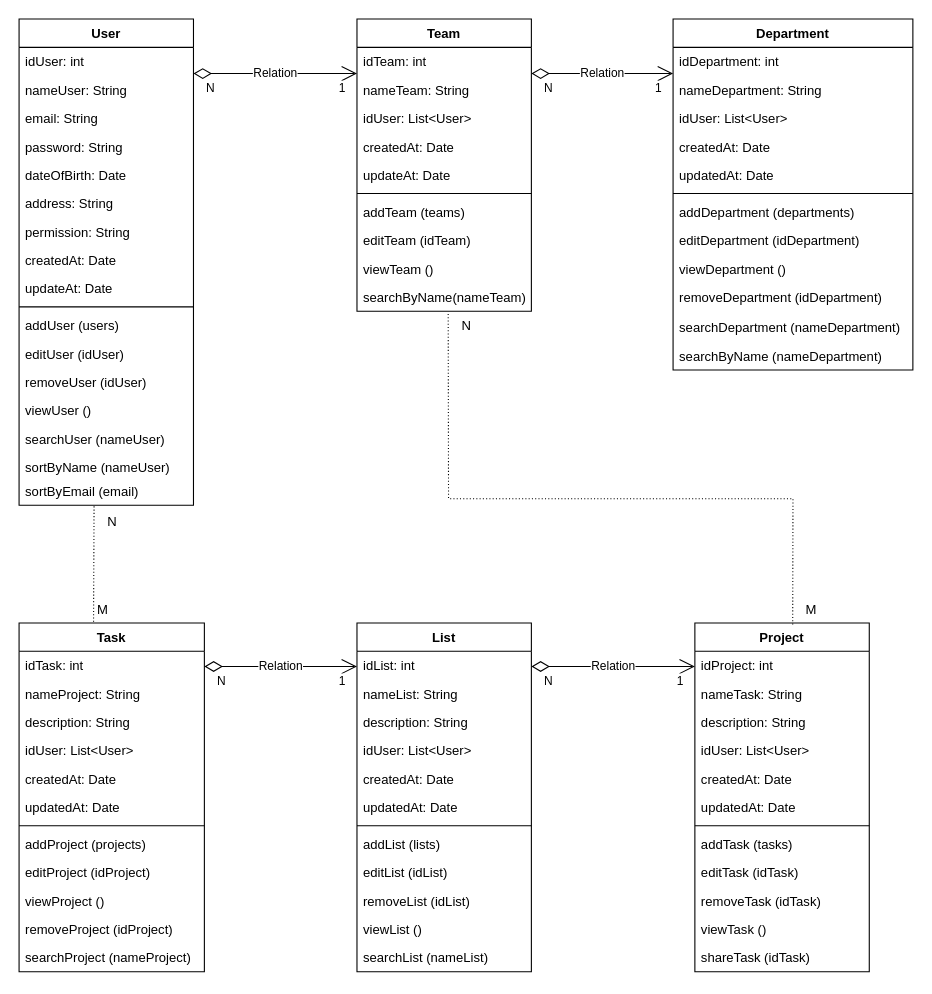
Before: oop/Untitled Diagram.drawio in hieunn301/ETC-intern, a draw.io diagram. Source tidied: cells renumbered, new cells numbered last; positions are measured from the earlier drawing's top-left corner, leaving out a move shared by most shapes. Both pictures are drawn from the tidied source at 109%, with x=0, y=0 at pixel (19, 19).
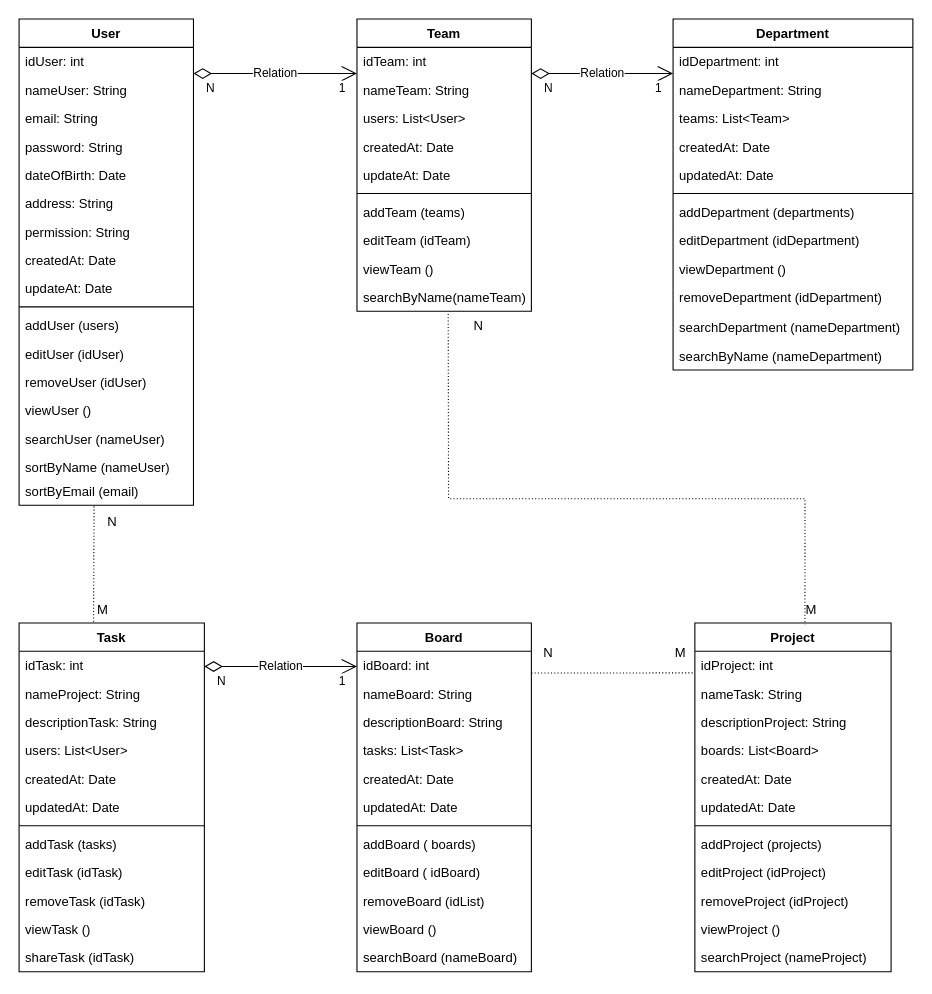
The same page after the edit.

The change refers to these unchanged cells:
```xml
<mxCell id="20" value="Department" style="swimlane;fontStyle=1;align=center;verticalAlign=top;horizontal=1;startSize=26;" parent="1" vertex="1">
  <mxGeometry x="600" width="220" height="322" as="geometry" />
</mxCell>
<mxCell id="33" value="Team" style="swimlane;fontStyle=1;align=center;verticalAlign=top;horizontal=1;startSize=26;" parent="1" vertex="1">
  <mxGeometry x="310" width="160" height="268" as="geometry" />
</mxCell>
<mxCell id="43" value="searchByName(nameTeam)" style="text;strokeColor=none;fillColor=none;align=left;verticalAlign=top;spacingLeft=4;spacingRight=4;overflow=hidden;points=[[0,0.5],[1,0.5]];portConstraint=eastwest;" parent="33" vertex="1">
  <mxGeometry y="242" width="160" height="26" as="geometry" />
</mxCell>
<mxCell id="44" value="Task" style="swimlane;fontStyle=1;align=center;verticalAlign=top;horizontal=1;startSize=26;" parent="1" vertex="1">
  <mxGeometry y="554" width="170" height="320" as="geometry" />
</mxCell>
```

The edit, as a diff of the source:
```diff
@@
-    <mxCell id="23" value="idUser: List&lt;User&gt;" style="text;strokeColor=none;fillColor=none;align=left;verticalAlign=top;spacingLeft=4;spacingRight=4;overflow=hidden;" parent="20" vertex="1">
+    <mxCell id="23" value="teams: List&lt;Team&gt;" style="text;strokeColor=none;fillColor=none;align=left;verticalAlign=top;spacingLeft=4;spacingRight=4;overflow=hidden;" parent="20" vertex="1">
       <mxGeometry y="78" width="220" height="26" as="geometry" />
     </mxCell>
@@
-    <mxCell id="36" value="idUser: List&lt;User&gt;" style="text;strokeColor=none;fillColor=none;align=left;verticalAlign=top;spacingLeft=4;spacingRight=4;overflow=hidden;" parent="33" vertex="1">
+    <mxCell id="36" value="users: List&lt;User&gt;" style="text;strokeColor=none;fillColor=none;align=left;verticalAlign=top;spacingLeft=4;spacingRight=4;overflow=hidden;" parent="33" vertex="1">
       <mxGeometry y="78" width="160" height="26" as="geometry" />
     </mxCell>
@@
-    <mxCell id="47" value="description: String" style="text;strokeColor=none;fillColor=none;align=left;verticalAlign=top;spacingLeft=4;spacingRight=4;overflow=hidden;" parent="44" vertex="1">
+    <mxCell id="47" value="descriptionTask: String" style="text;strokeColor=none;fillColor=none;align=left;verticalAlign=top;spacingLeft=4;spacingRight=4;overflow=hidden;" parent="44" vertex="1">
       <mxGeometry y="78" width="170" height="26" as="geometry" />
     </mxCell>
-    <mxCell id="48" value="idUser: List&lt;User&gt;" style="text;strokeColor=none;fillColor=none;align=left;verticalAlign=top;spacingLeft=4;spacingRight=4;overflow=hidden;" parent="44" vertex="1">
+    <mxCell id="48" value="users: List&lt;User&gt;" style="text;strokeColor=none;fillColor=none;align=left;verticalAlign=top;spacingLeft=4;spacingRight=4;overflow=hidden;" parent="44" vertex="1">
       <mxGeometry y="104" width="170" height="26" as="geometry" />
     </mxCell>
@@
-    <mxCell id="52" value="addProject (projects)" style="text;strokeColor=none;fillColor=none;align=left;verticalAlign=top;spacingLeft=4;spacingRight=4;overflow=hidden;" parent="44" vertex="1">
-      <mxGeometry y="190" width="170" height="26" as="geometry" />
-    </mxCell>
-    <mxCell id="53" value="editProject (idProject)" style="text;strokeColor=none;fillColor=none;align=left;verticalAlign=top;spacingLeft=4;spacingRight=4;overflow=hidden;" parent="44" vertex="1">
-      <mxGeometry y="216" width="170" height="26" as="geometry" />
-    </mxCell>
-    <mxCell id="54" value="viewProject ()" style="text;strokeColor=none;fillColor=none;align=left;verticalAlign=top;spacingLeft=4;spacingRight=4;overflow=hidden;" parent="44" vertex="1">
-      <mxGeometry y="242" width="170" height="26" as="geometry" />
-    </mxCell>
-    <mxCell id="55" value="removeProject (idProject)" style="text;strokeColor=none;fillColor=none;align=left;verticalAlign=top;spacingLeft=4;spacingRight=4;overflow=hidden;" parent="44" vertex="1">
-      <mxGeometry y="268" width="170" height="26" as="geometry" />
-    </mxCell>
-    <mxCell id="56" value="searchProject (nameProject)" style="text;strokeColor=none;fillColor=none;align=left;verticalAlign=top;spacingLeft=4;spacingRight=4;overflow=hidden;" parent="44" vertex="1">
-      <mxGeometry y="294" width="170" height="26" as="geometry" />
-    </mxCell>
+    <mxCell id="78" value="addTask (tasks)" style="text;strokeColor=none;fillColor=none;align=left;verticalAlign=top;spacingLeft=4;spacingRight=4;overflow=hidden;" parent="44" vertex="1">
+      <mxGeometry y="190" width="170" height="26" as="geometry" />
+    </mxCell>
+    <mxCell id="79" value="editTask (idTask)" style="text;strokeColor=none;fillColor=none;align=left;verticalAlign=top;spacingLeft=4;spacingRight=4;overflow=hidden;" parent="44" vertex="1">
+      <mxGeometry y="216" width="170" height="26" as="geometry" />
+    </mxCell>
+    <mxCell id="80" value="removeTask (idTask)" style="text;strokeColor=none;fillColor=none;align=left;verticalAlign=top;spacingLeft=4;spacingRight=4;overflow=hidden;" parent="44" vertex="1">
+      <mxGeometry y="242" width="170" height="26" as="geometry" />
+    </mxCell>
+    <mxCell id="81" value="viewTask ()" style="text;strokeColor=none;fillColor=none;align=left;verticalAlign=top;spacingLeft=4;spacingRight=4;overflow=hidden;" parent="44" vertex="1">
+      <mxGeometry y="268" width="170" height="26" as="geometry" />
+    </mxCell>
+    <mxCell id="82" value="shareTask (idTask)" style="text;strokeColor=none;fillColor=none;align=left;verticalAlign=top;spacingLeft=4;spacingRight=4;overflow=hidden;" parent="44" vertex="1">
+      <mxGeometry y="294" width="170" height="26" as="geometry" />
+    </mxCell>
-    <mxCell id="57" value="List" style="swimlane;fontStyle=1;align=center;verticalAlign=top;horizontal=1;startSize=26;" parent="1" vertex="1">
+    <mxCell id="57" value="Board" style="swimlane;fontStyle=1;align=center;verticalAlign=top;horizontal=1;startSize=26;" parent="1" vertex="1">
       <mxGeometry x="310" y="554" width="160" height="320" as="geometry" />
     </mxCell>
-    <mxCell id="58" value="idList: int" style="text;strokeColor=none;fillColor=none;align=left;verticalAlign=top;spacingLeft=4;spacingRight=4;overflow=hidden;points=[[0,0.5],[1,0.5]];portConstraint=eastwest;" parent="57" vertex="1">
+    <mxCell id="58" value="idBoard: int" style="text;strokeColor=none;fillColor=none;align=left;verticalAlign=top;spacingLeft=4;spacingRight=4;overflow=hidden;points=[[0,0.5],[1,0.5]];portConstraint=eastwest;" parent="57" vertex="1">
       <mxGeometry y="26" width="160" height="26" as="geometry" />
     </mxCell>
-    <mxCell id="59" value="nameList: String" style="text;strokeColor=none;fillColor=none;align=left;verticalAlign=top;spacingLeft=4;spacingRight=4;overflow=hidden;" parent="57" vertex="1">
+    <mxCell id="59" value="nameBoard: String" style="text;strokeColor=none;fillColor=none;align=left;verticalAlign=top;spacingLeft=4;spacingRight=4;overflow=hidden;" parent="57" vertex="1">
       <mxGeometry y="52" width="160" height="26" as="geometry" />
     </mxCell>
-    <mxCell id="60" value="description: String" style="text;strokeColor=none;fillColor=none;align=left;verticalAlign=top;spacingLeft=4;spacingRight=4;overflow=hidden;" parent="57" vertex="1">
+    <mxCell id="60" value="descriptionBoard: String" style="text;strokeColor=none;fillColor=none;align=left;verticalAlign=top;spacingLeft=4;spacingRight=4;overflow=hidden;" parent="57" vertex="1">
       <mxGeometry y="78" width="160" height="26" as="geometry" />
     </mxCell>
-    <mxCell id="61" value="idUser: List&lt;User&gt;" style="text;strokeColor=none;fillColor=none;align=left;verticalAlign=top;spacingLeft=4;spacingRight=4;overflow=hidden;" parent="57" vertex="1">
+    <mxCell id="61" value="tasks: List&lt;Task&gt;" style="text;strokeColor=none;fillColor=none;align=left;verticalAlign=top;spacingLeft=4;spacingRight=4;overflow=hidden;" parent="57" vertex="1">
       <mxGeometry y="104" width="160" height="26" as="geometry" />
     </mxCell>
@@
-    <mxCell id="65" value="addList (lists)" style="text;strokeColor=none;fillColor=none;align=left;verticalAlign=top;spacingLeft=4;spacingRight=4;overflow=hidden;" parent="57" vertex="1">
+    <mxCell id="65" value="addBoard ( boards)" style="text;strokeColor=none;fillColor=none;align=left;verticalAlign=top;spacingLeft=4;spacingRight=4;overflow=hidden;" parent="57" vertex="1">
       <mxGeometry y="190" width="160" height="26" as="geometry" />
     </mxCell>
-    <mxCell id="66" value="editList (idList)" style="text;strokeColor=none;fillColor=none;align=left;verticalAlign=top;spacingLeft=4;spacingRight=4;overflow=hidden;" parent="57" vertex="1">
+    <mxCell id="66" value="editBoard ( idBoard)" style="text;strokeColor=none;fillColor=none;align=left;verticalAlign=top;spacingLeft=4;spacingRight=4;overflow=hidden;" parent="57" vertex="1">
       <mxGeometry y="216" width="160" height="26" as="geometry" />
     </mxCell>
-    <mxCell id="67" value="removeList (idList)" style="text;strokeColor=none;fillColor=none;align=left;verticalAlign=top;spacingLeft=4;spacingRight=4;overflow=hidden;" parent="57" vertex="1">
+    <mxCell id="67" value="removeBoard (idList)" style="text;strokeColor=none;fillColor=none;align=left;verticalAlign=top;spacingLeft=4;spacingRight=4;overflow=hidden;" parent="57" vertex="1">
       <mxGeometry y="242" width="160" height="26" as="geometry" />
     </mxCell>
-    <mxCell id="68" value="viewList ()" style="text;strokeColor=none;fillColor=none;align=left;verticalAlign=top;spacingLeft=4;spacingRight=4;overflow=hidden;" parent="57" vertex="1">
+    <mxCell id="68" value="viewBoard ()" style="text;strokeColor=none;fillColor=none;align=left;verticalAlign=top;spacingLeft=4;spacingRight=4;overflow=hidden;" parent="57" vertex="1">
       <mxGeometry y="268" width="160" height="26" as="geometry" />
     </mxCell>
-    <mxCell id="69" value="searchList (nameList)" style="text;strokeColor=none;fillColor=none;align=left;verticalAlign=top;spacingLeft=4;spacingRight=4;overflow=hidden;" parent="57" vertex="1">
+    <mxCell id="69" value="searchBoard (nameBoard)" style="text;strokeColor=none;fillColor=none;align=left;verticalAlign=top;spacingLeft=4;spacingRight=4;overflow=hidden;" parent="57" vertex="1">
       <mxGeometry y="294" width="160" height="26" as="geometry" />
     </mxCell>
     <mxCell id="70" value="Project" style="swimlane;fontStyle=1;align=center;verticalAlign=top;horizontal=1;startSize=26;" parent="1" vertex="1">
-      <mxGeometry x="620" y="554" width="160" height="320" as="geometry" />
+      <mxGeometry x="620" y="554" width="180" height="320" as="geometry" />
     </mxCell>
     <mxCell id="71" value="idProject: int" style="text;strokeColor=none;fillColor=none;align=left;verticalAlign=top;spacingLeft=4;spacingRight=4;overflow=hidden;points=[[0,0.5],[1,0.5]];portConstraint=eastwest;" parent="70" vertex="1">
-      <mxGeometry y="26" width="160" height="26" as="geometry" />
+      <mxGeometry y="26" width="180" height="26" as="geometry" />
     </mxCell>
     <mxCell id="72" value="nameTask: String" style="text;strokeColor=none;fillColor=none;align=left;verticalAlign=top;spacingLeft=4;spacingRight=4;overflow=hidden;" parent="70" vertex="1">
-      <mxGeometry y="52" width="160" height="26" as="geometry" />
+      <mxGeometry y="52" width="180" height="26" as="geometry" />
     </mxCell>
-    <mxCell id="73" value="description: String" style="text;strokeColor=none;fillColor=none;align=left;verticalAlign=top;spacingLeft=4;spacingRight=4;overflow=hidden;" parent="70" vertex="1">
-      <mxGeometry y="78" width="160" height="26" as="geometry" />
+    <mxCell id="73" value="descriptionProject: String" style="text;strokeColor=none;fillColor=none;align=left;verticalAlign=top;spacingLeft=4;spacingRight=4;overflow=hidden;" parent="70" vertex="1">
+      <mxGeometry y="78" width="180" height="26" as="geometry" />
     </mxCell>
-    <mxCell id="74" value="idUser: List&lt;User&gt;" style="text;strokeColor=none;fillColor=none;align=left;verticalAlign=top;spacingLeft=4;spacingRight=4;overflow=hidden;" parent="70" vertex="1">
-      <mxGeometry y="104" width="160" height="26" as="geometry" />
+    <mxCell id="74" value="boards: List&lt;Board&gt;" style="text;strokeColor=none;fillColor=none;align=left;verticalAlign=top;spacingLeft=4;spacingRight=4;overflow=hidden;" parent="70" vertex="1">
+      <mxGeometry y="104" width="180" height="26" as="geometry" />
     </mxCell>
     <mxCell id="75" value="createdAt: Date" style="text;strokeColor=none;fillColor=none;align=left;verticalAlign=top;spacingLeft=4;spacingRight=4;overflow=hidden;" parent="70" vertex="1">
-      <mxGeometry y="130" width="160" height="26" as="geometry" />
+      <mxGeometry y="130" width="180" height="26" as="geometry" />
     </mxCell>
     <mxCell id="76" value="updatedAt: Date" style="text;strokeColor=none;fillColor=none;align=left;verticalAlign=top;spacingLeft=4;spacingRight=4;overflow=hidden;" parent="70" vertex="1">
-      <mxGeometry y="156" width="160" height="26" as="geometry" />
+      <mxGeometry y="156" width="180" height="26" as="geometry" />
     </mxCell>
     <mxCell id="77" style="line;strokeWidth=1;fillColor=none;align=left;verticalAlign=middle;spacingTop=-1;spacingLeft=3;spacingRight=3;labelPosition=right;strokeColor=inherit;" parent="70" vertex="1">
-      <mxGeometry y="182" width="160" height="8" as="geometry" />
+      <mxGeometry y="182" width="180" height="8" as="geometry" />
     </mxCell>
-    <mxCell id="78" value="addTask (tasks)" style="text;strokeColor=none;fillColor=none;align=left;verticalAlign=top;spacingLeft=4;spacingRight=4;overflow=hidden;" parent="70" vertex="1">
-      <mxGeometry y="190" width="160" height="26" as="geometry" />
-    </mxCell>
-    <mxCell id="79" value="editTask (idTask)" style="text;strokeColor=none;fillColor=none;align=left;verticalAlign=top;spacingLeft=4;spacingRight=4;overflow=hidden;" parent="70" vertex="1">
-      <mxGeometry y="216" width="160" height="26" as="geometry" />
-    </mxCell>
-    <mxCell id="80" value="removeTask (idTask)" style="text;strokeColor=none;fillColor=none;align=left;verticalAlign=top;spacingLeft=4;spacingRight=4;overflow=hidden;" parent="70" vertex="1">
-      <mxGeometry y="242" width="160" height="26" as="geometry" />
-    </mxCell>
-    <mxCell id="81" value="viewTask ()" style="text;strokeColor=none;fillColor=none;align=left;verticalAlign=top;spacingLeft=4;spacingRight=4;overflow=hidden;" parent="70" vertex="1">
-      <mxGeometry y="268" width="160" height="26" as="geometry" />
-    </mxCell>
-    <mxCell id="82" value="shareTask (idTask)" style="text;strokeColor=none;fillColor=none;align=left;verticalAlign=top;spacingLeft=4;spacingRight=4;overflow=hidden;" parent="70" vertex="1">
-      <mxGeometry y="294" width="160" height="26" as="geometry" />
-    </mxCell>
+    <mxCell id="52" value="addProject (projects)" style="text;strokeColor=none;fillColor=none;align=left;verticalAlign=top;spacingLeft=4;spacingRight=4;overflow=hidden;" parent="70" vertex="1">
+      <mxGeometry y="190" width="180" height="26" as="geometry" />
+    </mxCell>
+    <mxCell id="53" value="editProject (idProject)" style="text;strokeColor=none;fillColor=none;align=left;verticalAlign=top;spacingLeft=4;spacingRight=4;overflow=hidden;" parent="70" vertex="1">
+      <mxGeometry y="216" width="180" height="26" as="geometry" />
+    </mxCell>
+    <mxCell id="55" value="removeProject (idProject)" style="text;strokeColor=none;fillColor=none;align=left;verticalAlign=top;spacingLeft=4;spacingRight=4;overflow=hidden;" parent="70" vertex="1">
+      <mxGeometry y="242" width="180" height="26" as="geometry" />
+    </mxCell>
+    <mxCell id="54" value="viewProject ()" style="text;strokeColor=none;fillColor=none;align=left;verticalAlign=top;spacingLeft=4;spacingRight=4;overflow=hidden;" parent="70" vertex="1">
+      <mxGeometry y="268" width="180" height="26" as="geometry" />
+    </mxCell>
+    <mxCell id="56" value="searchProject (nameProject)" style="text;strokeColor=none;fillColor=none;align=left;verticalAlign=top;spacingLeft=4;spacingRight=4;overflow=hidden;" parent="70" vertex="1">
+      <mxGeometry y="294" width="180" height="26" as="geometry" />
+    </mxCell>
@@
-    <mxCell id="92" value="Relation" style="endArrow=open;html=1;endSize=12;startArrow=diamondThin;startSize=14;startFill=0;edgeStyle=orthogonalEdgeStyle;rounded=0;" parent="1" edge="1">
-      <mxGeometry relative="1" as="geometry">
-        <mxPoint x="470" y="594" as="sourcePoint" />
-        <mxPoint x="620" y="594" as="targetPoint" />
-      </mxGeometry>
-    </mxCell>
-    <mxCell id="93" value="N&lt;br&gt;" style="edgeLabel;html=1;align=left;verticalAlign=top;" parent="92" vertex="1">
-      <mxGeometry x="-1" relative="1" as="geometry">
-        <mxPoint x="10" as="offset" />
-      </mxGeometry>
-    </mxCell>
-    <mxCell id="94" value="1" style="edgeLabel;html=1;align=right;verticalAlign=top;" parent="92" vertex="1">
-      <mxGeometry x="1" relative="1" as="geometry">
-        <mxPoint x="-10" as="offset" />
-      </mxGeometry>
-    </mxCell>
@@
     <mxCell id="98" style="endArrow=none;html=1;rounded=0;dashed=1;dashPattern=1 2;exitX=0.523;exitY=1.095;exitDx=0;exitDy=0;exitPerimeter=0;entryX=0.561;entryY=0.005;entryDx=0;entryDy=0;entryPerimeter=0;" parent="1" edge="1" source="43" target="70">
       <mxGeometry relative="1" as="geometry">
         <Array as="points">
           <mxPoint x="394" y="440" />
-          <mxPoint x="710" y="440" />
+          <mxPoint x="721" y="440" />
         </Array>
       </mxGeometry>
     </mxCell>
@@
+    <mxCell id="101" style="endArrow=none;html=1;rounded=0;dashed=1;dashPattern=1 2;exitX=1;exitY=0.769;exitDx=0;exitDy=0;exitPerimeter=0;entryX=-0.01;entryY=0.762;entryDx=0;entryDy=0;entryPerimeter=0;" parent="1" edge="1" source="58" target="71">
+      <mxGeometry relative="1" as="geometry" />
+    </mxCell>
+    <mxCell id="102" value="M" style="html=1;align=left;verticalAlign=bottom;" parent="101" vertex="1">
+      <mxGeometry x="-1" relative="1" as="geometry">
+        <mxPoint x="130" y="-10" as="offset" />
+      </mxGeometry>
+    </mxCell>
+    <mxCell id="93" value="N" style="html=1;align=right;verticalAlign=bottom;" parent="101" vertex="1">
+      <mxGeometry x="1" relative="1" as="geometry">
+        <mxPoint x="-128" y="-10" as="offset" />
+      </mxGeometry>
+    </mxCell>
```
